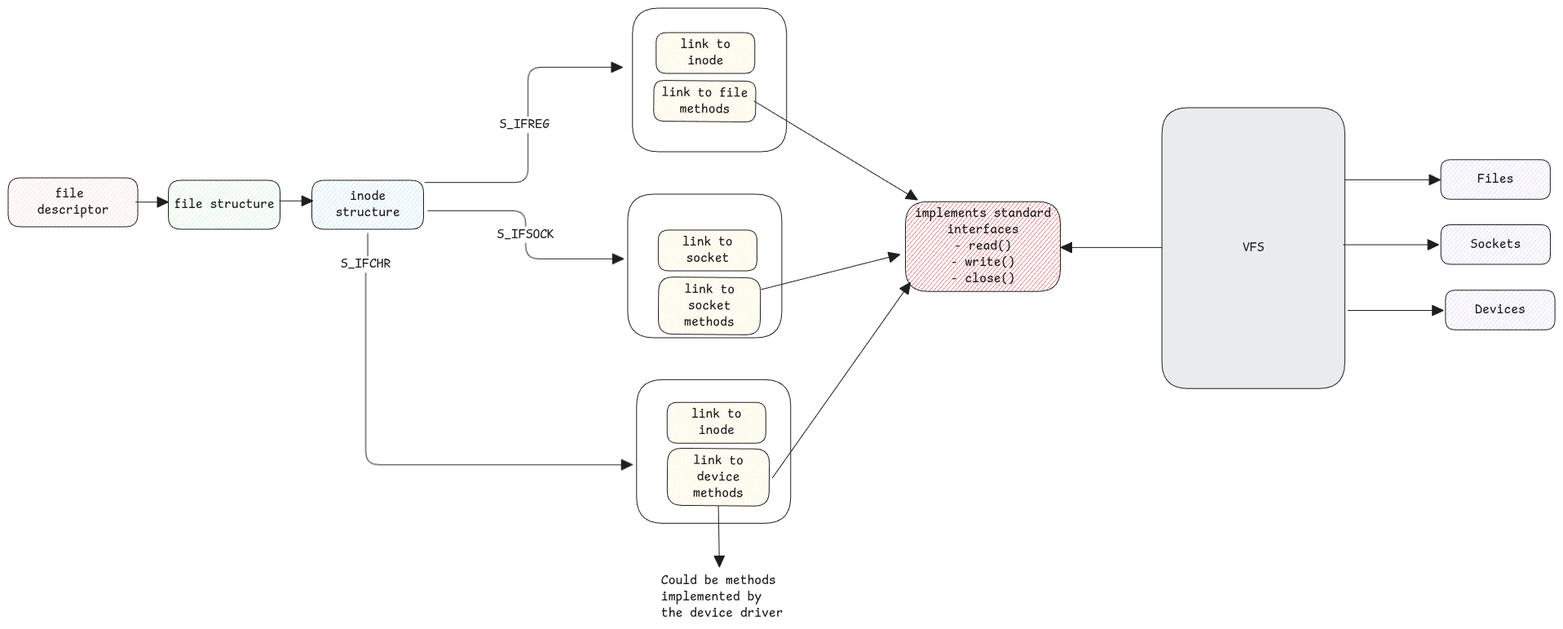
The Excalidraw diagram static/img/vfs-linux.excalidraw.png in swaroopar/inprogress-engineer, before a commit. Source tidied: one line per element, renumbered; positions are measured from the earlier drawing's top-left corner, leaving out a move shared by most shapes.
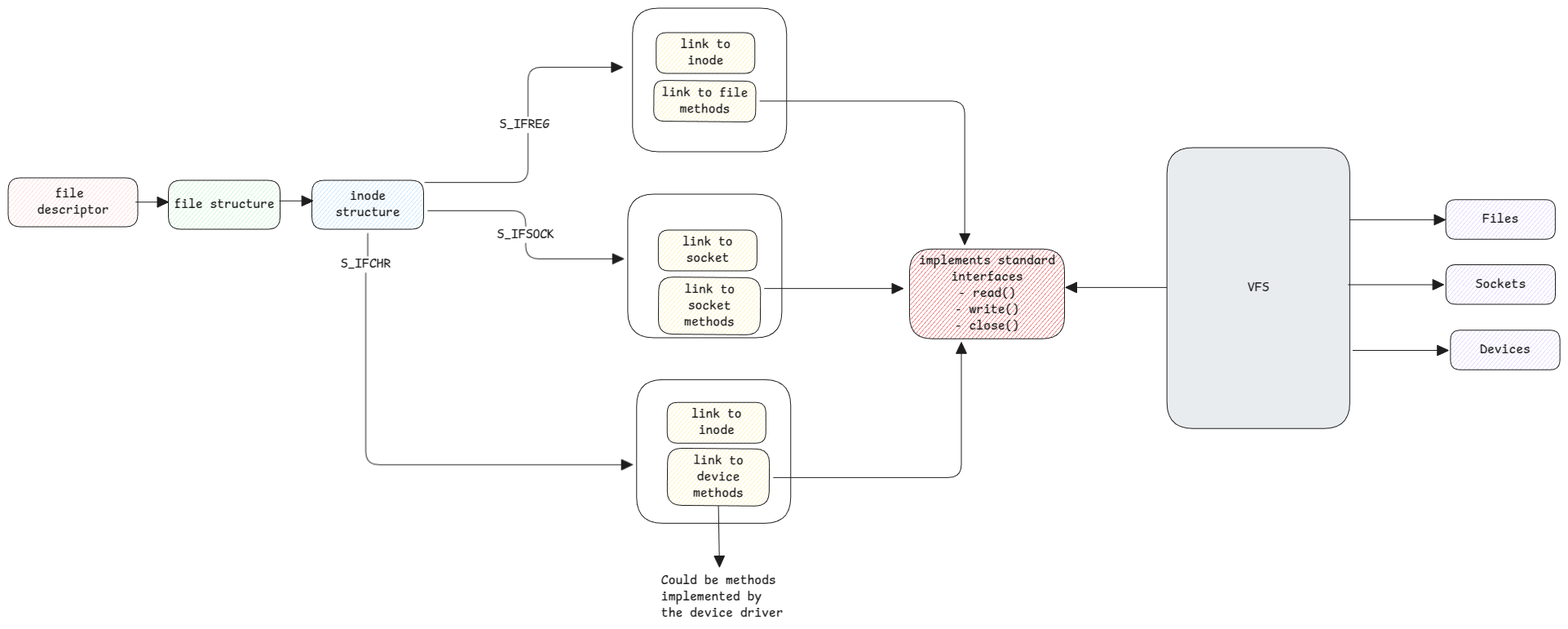
After the change.

What changed in the source:
```diff
@@ -16,9 +16,9 @@
 {"id": 15, "type": "rectangle", "strokeColor": "#1e1e1e", "angle": 0.01, "backgroundColor": "#ffec99", "fillStyle": "hachure", "strokeWidth": 1, "roughness": 0, "round": true, "x": 798, "y": 330, "width": 125, "height": 70}
 {"id": 16, "type": "text", "text": "link to\nsocket\nmethods", "strokeColor": "#1e1e1e", "angle": 0.01, "strokeWidth": 1, "roughness": 0, "fontSize": 16, "fontFamily": 8, "textAlign": "center", "verticalAlign": "middle", "inside": 15, "x": 829, "y": 335, "width": 62, "height": 60}
 {"id": 17, "type": "rectangle", "strokeColor": "#1e1e1e", "strokeWidth": 1, "roughness": 0, "round": true, "x": 760, "y": 228, "width": 189, "height": 176}
-{"id": 18, "type": "arrow", "strokeColor": "#1e1e1e", "strokeWidth": 1, "roughness": 0, "endArrowhead": "triangle", "round": true, "to": 19, "x": 915, "y": 114, "width": 200, "height": 121, "points": [[0, 0], [200, 121]]}
+{"id": 18, "type": "arrow", "strokeColor": "#1e1e1e", "strokeWidth": 1, "roughness": 0, "endArrowhead": "triangle", "from": 12, "to": 19, "x": 922, "y": 114, "width": 251, "height": 176, "points": [[0, 0], [251, 0], [251, 176]]}
-{"id": 19, "type": "rectangle", "strokeColor": "#1e1e1e", "backgroundColor": "#e03131", "fillStyle": "hachure", "strokeWidth": 1, "roughness": 0, "round": true, "x": 1101, "y": 237, "width": 190, "height": 110}
+{"id": 19, "type": "rectangle", "strokeColor": "#1e1e1e", "backgroundColor": "#e03131", "fillStyle": "hachure", "strokeWidth": 1, "roughness": 0, "round": true, "x": 1106, "y": 295, "width": 190, "height": 110}
-{"id": 20, "type": "text", "text": "implements standard\ninterfaces\n- read()\n- write()\n- close()", "strokeColor": "#1e1e1e", "strokeWidth": 1, "roughness": 0, "fontSize": 16, "fontFamily": 8, "textAlign": "center", "verticalAlign": "middle", "inside": 19, "x": 1112, "y": 242, "width": 167, "height": 100}
+{"id": 20, "type": "text", "text": "implements standard\ninterfaces\n- read()\n- write()\n- close()", "strokeColor": "#1e1e1e", "strokeWidth": 1, "roughness": 0, "fontSize": 16, "fontFamily": 8, "textAlign": "center", "verticalAlign": "middle", "inside": 19, "x": 1117, "y": 300, "width": 167, "height": 100}
 {"id": 21, "type": "rectangle", "strokeColor": "#1e1e1e", "backgroundColor": "#ffec99", "fillStyle": "hachure", "strokeWidth": 1, "roughness": 0, "round": true, "x": 808, "y": 483, "width": 121, "height": 50}
 {"id": 22, "type": "text", "text": "link to\ninode", "strokeColor": "#1e1e1e", "strokeWidth": 1, "roughness": 0, "fontSize": 16, "fontFamily": 8, "textAlign": "center", "verticalAlign": "middle", "inside": 21, "x": 838, "y": 488, "width": 62, "height": 40}
 {"id": 23, "type": "arrow", "strokeColor": "#1e1e1e", "strokeWidth": 1, "roughness": 0, "endArrowhead": "triangle", "from": 30, "to": 27, "x": 441, "y": 276, "width": 327, "height": 284, "points": [[0, 0], [0, 38], [-2, 38], [-2, 284], [325, 284]]}
@@ -26,23 +26,23 @@
 {"id": 25, "type": "rectangle", "strokeColor": "#1e1e1e", "angle": 0.01, "backgroundColor": "#ffec99", "fillStyle": "hachure", "strokeWidth": 1, "roughness": 0, "round": true, "x": 808, "y": 540, "width": 125, "height": 70}
 {"id": 26, "type": "text", "text": "link to\ndevice\nmethods", "strokeColor": "#1e1e1e", "angle": 0.01, "strokeWidth": 1, "roughness": 0, "fontSize": 16, "fontFamily": 8, "textAlign": "center", "verticalAlign": "middle", "inside": 25, "x": 840, "y": 545, "width": 62, "height": 60}
 {"id": 27, "type": "rectangle", "strokeColor": "#1e1e1e", "strokeWidth": 1, "roughness": 0, "round": true, "x": 771, "y": 455, "width": 189, "height": 176}
-{"id": 28, "type": "arrow", "strokeColor": "#1e1e1e", "strokeWidth": 1, "roughness": 0, "endArrowhead": "triangle", "round": true, "from": 15, "to": 19, "x": 924, "y": 345, "width": 170, "height": 43, "points": [[0, 0], [170, -43]]}
+{"id": 28, "type": "arrow", "strokeColor": "#1e1e1e", "strokeWidth": 1, "roughness": 0, "endArrowhead": "triangle", "from": 17, "x": 927, "y": 344, "width": 170, "height": 0, "points": [[0, 0], [170, 0]]}
-{"id": 29, "type": "arrow", "strokeColor": "#1e1e1e", "strokeWidth": 1, "roughness": 0, "endArrowhead": "triangle", "round": true, "from": 25, "x": 937, "y": 576, "width": 169, "height": 240, "points": [[0, 0], [169, -240]]}
+{"id": 29, "type": "arrow", "strokeColor": "#1e1e1e", "strokeWidth": 1, "roughness": 0, "endArrowhead": "triangle", "from": 25, "to": 19, "x": 938, "y": 575, "width": 231, "height": 166, "points": [[0, 0], [231, 0], [231, -166]]}
 {"id": 30, "type": "rectangle", "strokeColor": "#1e1e1e", "backgroundColor": "#a5d8ff", "fillStyle": "hachure", "strokeWidth": 1, "roughness": 0, "round": true, "x": 373, "y": 211, "width": 137, "height": 60}
 {"id": 31, "type": "text", "text": "inode\nstructure", "strokeColor": "#1e1e1e", "strokeWidth": 1, "roughness": 0, "fontSize": 16, "fontFamily": 8, "textAlign": "center", "verticalAlign": "middle", "inside": 30, "x": 401, "y": 221, "width": 79, "height": 40}
 {"id": 32, "type": "arrow", "strokeColor": "#1e1e1e", "strokeWidth": 1, "roughness": 0, "endArrowhead": "triangle", "round": true, "from": 25, "x": 871, "y": 610, "width": 1, "height": 75, "points": [[0, 0], [1, 75]]}
 {"id": 33, "type": "text", "text": "Could be methods \nimplemented by \nthe device driver", "strokeColor": "#1e1e1e", "strokeWidth": 1, "roughness": 0, "fontSize": 16, "fontFamily": 8, "x": 801, "y": 692, "width": 150, "height": 60}
-{"id": 34, "type": "rectangle", "strokeColor": "#1e1e1e", "backgroundColor": "#e9ecef", "fillStyle": "solid", "strokeWidth": 1, "roughness": 0, "round": true, "x": 1415, "y": 122, "width": 224, "height": 344}
+{"id": 34, "type": "rectangle", "strokeColor": "#1e1e1e", "backgroundColor": "#e9ecef", "fillStyle": "solid", "strokeWidth": 1, "roughness": 0, "round": true, "x": 1421, "y": 171, "width": 224, "height": 344}
-{"id": 35, "type": "text", "text": "VFS", "strokeColor": "#1e1e1e", "strokeWidth": 1, "roughness": 0, "fontSize": 16, "fontFamily": 8, "textAlign": "center", "verticalAlign": "middle", "inside": 34, "x": 1514, "y": 284, "width": 26, "height": 20}
+{"id": 35, "type": "text", "text": "VFS", "strokeColor": "#1e1e1e", "strokeWidth": 1, "roughness": 0, "fontSize": 16, "fontFamily": 8, "textAlign": "center", "verticalAlign": "middle", "inside": 34, "x": 1520, "y": 333, "width": 26, "height": 20}
-{"id": 36, "type": "arrow", "strokeColor": "#1e1e1e", "strokeWidth": 1, "roughness": 0, "endArrowhead": "triangle", "round": true, "x": 1415, "y": 293, "width": 124, "height": 0, "points": [[0, 0], [-124, 0]]}
+{"id": 36, "type": "arrow", "strokeColor": "#1e1e1e", "strokeWidth": 1, "roughness": 0, "endArrowhead": "triangle", "round": true, "x": 1421, "y": 342, "width": 124, "height": 0, "points": [[0, 0], [-124, 0]]}
-{"id": 37, "type": "rectangle", "strokeColor": "#1e1e1e", "backgroundColor": "#d0bfff", "fillStyle": "hachure", "strokeWidth": 1, "roughness": 0, "round": true, "x": 1757, "y": 186, "width": 134, "height": 49}
+{"id": 37, "type": "rectangle", "strokeColor": "#1e1e1e", "backgroundColor": "#d0bfff", "fillStyle": "hachure", "strokeWidth": 1, "roughness": 0, "round": true, "x": 1763, "y": 235, "width": 134, "height": 49}
-{"id": 38, "type": "text", "text": "Files", "strokeColor": "#1e1e1e", "strokeWidth": 1, "roughness": 0, "fontSize": 16, "fontFamily": 8, "textAlign": "center", "verticalAlign": "middle", "inside": 37, "x": 1802, "y": 200, "width": 44, "height": 20}
+{"id": 38, "type": "text", "text": "Files", "strokeColor": "#1e1e1e", "strokeWidth": 1, "roughness": 0, "fontSize": 16, "fontFamily": 8, "textAlign": "center", "verticalAlign": "middle", "inside": 37, "x": 1808, "y": 249, "width": 44, "height": 20}
-{"id": 39, "type": "rectangle", "strokeColor": "#1e1e1e", "backgroundColor": "#d0bfff", "fillStyle": "hachure", "strokeWidth": 1, "roughness": 0, "round": true, "x": 1757, "y": 265, "width": 134, "height": 49}
+{"id": 39, "type": "rectangle", "strokeColor": "#1e1e1e", "backgroundColor": "#d0bfff", "fillStyle": "hachure", "strokeWidth": 1, "roughness": 0, "round": true, "x": 1763, "y": 314, "width": 134, "height": 49}
-{"id": 40, "type": "text", "text": "Sockets", "strokeColor": "#1e1e1e", "strokeWidth": 1, "roughness": 0, "fontSize": 16, "fontFamily": 8, "textAlign": "center", "verticalAlign": "middle", "inside": 39, "x": 1794, "y": 280, "width": 62, "height": 20}
+{"id": 40, "type": "text", "text": "Sockets", "strokeColor": "#1e1e1e", "strokeWidth": 1, "roughness": 0, "fontSize": 16, "fontFamily": 8, "textAlign": "center", "verticalAlign": "middle", "inside": 39, "x": 1800, "y": 329, "width": 62, "height": 20}
-{"id": 41, "type": "rectangle", "strokeColor": "#1e1e1e", "backgroundColor": "#d0bfff", "fillStyle": "hachure", "strokeWidth": 1, "roughness": 0, "round": true, "x": 1763, "y": 346, "width": 134, "height": 49}
+{"id": 41, "type": "rectangle", "strokeColor": "#1e1e1e", "backgroundColor": "#d0bfff", "fillStyle": "hachure", "strokeWidth": 1, "roughness": 0, "round": true, "x": 1769, "y": 395, "width": 134, "height": 49}
-{"id": 42, "type": "text", "text": "Devices", "strokeColor": "#1e1e1e", "strokeWidth": 1, "roughness": 0, "fontSize": 16, "fontFamily": 8, "textAlign": "center", "verticalAlign": "middle", "inside": 41, "x": 1799, "y": 360, "width": 62, "height": 20}
+{"id": 42, "type": "text", "text": "Devices", "strokeColor": "#1e1e1e", "strokeWidth": 1, "roughness": 0, "fontSize": 16, "fontFamily": 8, "textAlign": "center", "verticalAlign": "middle", "inside": 41, "x": 1805, "y": 409, "width": 62, "height": 20}
-{"id": 43, "type": "arrow", "strokeColor": "#1e1e1e", "strokeWidth": 1, "roughness": 0, "endArrowhead": "triangle", "round": true, "from": 34, "to": 37, "x": 1639, "y": 210, "width": 117, "height": 0, "points": [[0, 0], [117, 0]]}
+{"id": 43, "type": "arrow", "strokeColor": "#1e1e1e", "strokeWidth": 1, "roughness": 0, "endArrowhead": "triangle", "round": true, "from": 34, "to": 37, "x": 1645, "y": 259, "width": 117, "height": 0, "points": [[0, 0], [117, 0]]}
-{"id": 44, "type": "arrow", "strokeColor": "#1e1e1e", "strokeWidth": 1, "roughness": 0, "endArrowhead": "triangle", "round": true, "to": 39, "x": 1638, "y": 290, "width": 117, "height": 0, "points": [[0, 0], [117, 0]]}
+{"id": 44, "type": "arrow", "strokeColor": "#1e1e1e", "strokeWidth": 1, "roughness": 0, "endArrowhead": "triangle", "round": true, "to": 39, "x": 1644, "y": 339, "width": 117, "height": 0, "points": [[0, 0], [117, 0]]}
-{"id": 45, "type": "arrow", "strokeColor": "#1e1e1e", "strokeWidth": 1, "roughness": 0, "endArrowhead": "triangle", "round": true, "from": 34, "to": 41, "x": 1643, "y": 371, "width": 117, "height": 0, "points": [[0, 0], [117, 0]]}
+{"id": 45, "type": "arrow", "strokeColor": "#1e1e1e", "strokeWidth": 1, "roughness": 0, "endArrowhead": "triangle", "round": true, "from": 34, "to": 41, "x": 1649, "y": 420, "width": 117, "height": 0, "points": [[0, 0], [117, 0]]}
 {"id": 46, "type": "arrow", "strokeColor": "#1e1e1e", "strokeWidth": 1, "roughness": 0, "endArrowhead": "triangle", "round": true, "x": 157, "y": 238, "width": 40, "height": 0, "points": [[0, 0], [40, 0]]}
 {"id": 47, "type": "arrow", "strokeColor": "#1e1e1e", "strokeWidth": 1, "roughness": 0, "endArrowhead": "triangle", "round": true, "x": 333, "y": 236, "width": 41, "height": 0, "points": [[0, 0], [41, 0]]}
```
